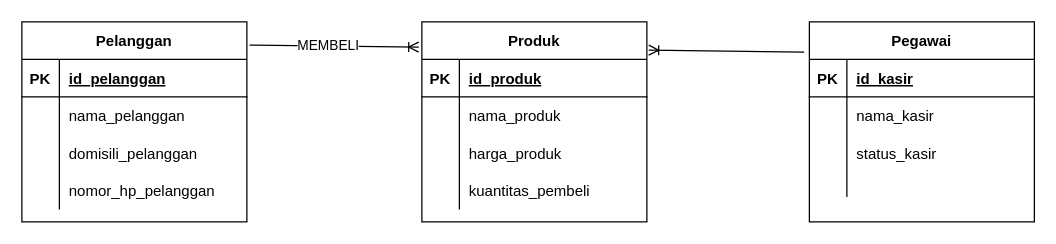
Above: Untitled Diagram.drawio in Adamyr159/Basis-Data- (draw.io), before the change. Source tidied: cells renumbered, new cells numbered last; positions are measured from the earlier drawing's top-left corner, leaving out a move shared by most shapes. Both pictures are drawn from the tidied source at 125%, with x=0, y=0 at pixel (21, 21).
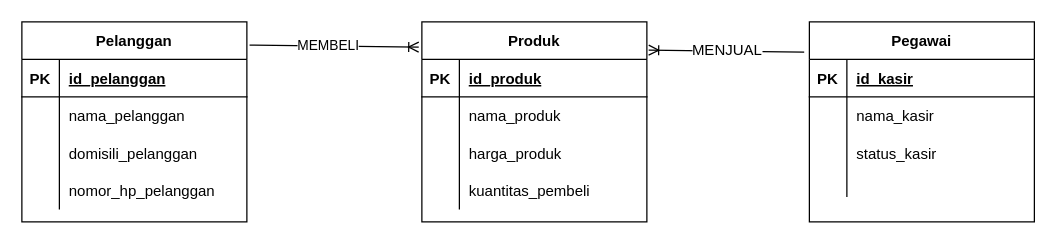
Above is the later version.

Unchanged cells that the change refers to:
```xml
<mxCell id="2" value="Pegawai" style="shape=table;startSize=30;childLayout=tableLayout;rowLines=0;fontStyle=1;align=center;" parent="1" vertex="1">
  <mxGeometry x="630" width="180" height="160" as="geometry" />
</mxCell>
<mxCell id="28" value="Produk" style="shape=table;startSize=30;childLayout=tableLayout;rowLines=0;fontStyle=1;align=center;" parent="1" vertex="1">
  <mxGeometry x="320" width="180" height="160" as="geometry" />
</mxCell>
```

Diff of the diagram source:
```diff
@@
-    <mxCell id="41" style="fontSize=12;html=1;endArrow=ERoneToMany;rounded=0;entryX=1.008;entryY=0.141;entryDx=0;entryDy=0;exitX=-0.023;exitY=0.151;exitDx=0;exitDy=0;exitPerimeter=0;entryPerimeter=0;" parent="1" edge="1" source="2" target="28">
+    <mxCell id="41" value="MENJUAL" style="fontSize=12;html=1;endArrow=ERoneToMany;rounded=0;entryX=1.008;entryY=0.141;entryDx=0;entryDy=0;exitX=-0.023;exitY=0.151;exitDx=0;exitDy=0;exitPerimeter=0;entryPerimeter=0;" parent="1" edge="1" source="2" target="28">
       <mxGeometry relative="1" as="geometry" />
     </mxCell>
```
